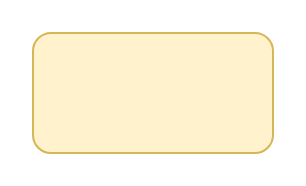
Above: Untitled Diagram.drawio in rageh-rpm/RPM2026 (draw.io), before the change. Source tidied: cells renumbered, new cells numbered last; positions are measured from the earlier drawing's top-left corner, leaving out a move shared by most shapes. Both pictures are drawn from the tidied source at 200%, with x=0, y=0 at pixel (32, 32).
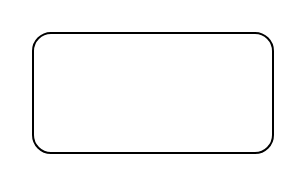
After the change.

What changed in the source:
```diff
@@
 <mxGraphModel>
   <root>
     <mxCell id="0" />
     <mxCell id="1" parent="0" />
-    <mxCell id="2" style="rounded=1;whiteSpace=wrap;html=1;fillColor=#fff2cc;strokeColor=#d6b656;" parent="1" vertex="1">
+    <mxCell id="2" style="rounded=1;whiteSpace=wrap;html=1;labelBackgroundColor=none;" parent="1" vertex="1">
       <mxGeometry width="120" height="60" as="geometry" />
     </mxCell>
   </root>
 </mxGraphModel>
```
